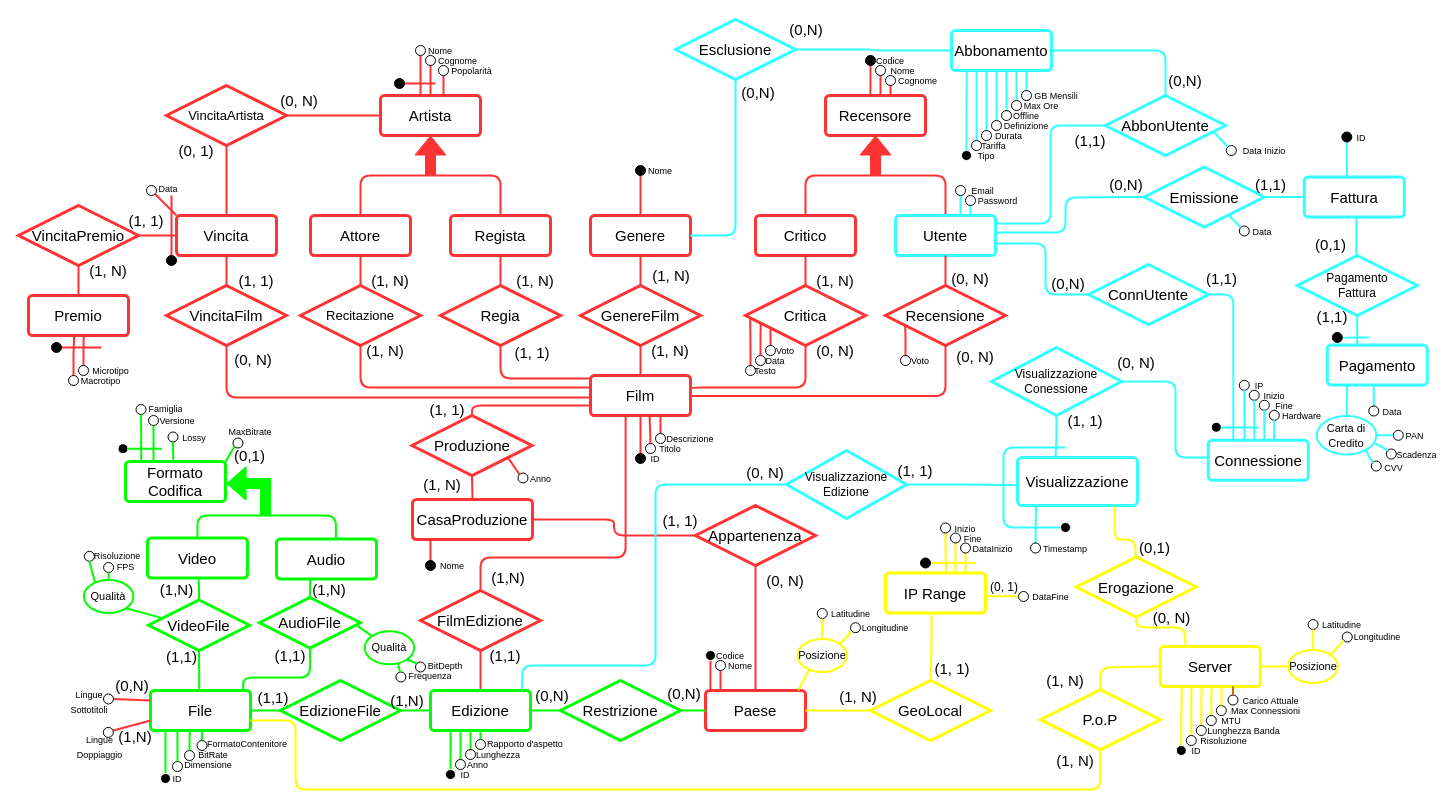
Above: page "ER - da ristrutturare" (1 of 2) of ER.drawio in Richie314/FilmSphere (draw.io), before the change. Source tidied: cells renumbered, new cells numbered last; positions are measured from the earlier drawing's top-left corner, leaving out a move shared by most shapes. Both pictures are drawn from the tidied source at 100%, with x=0, y=0 at pixel (18, 17).
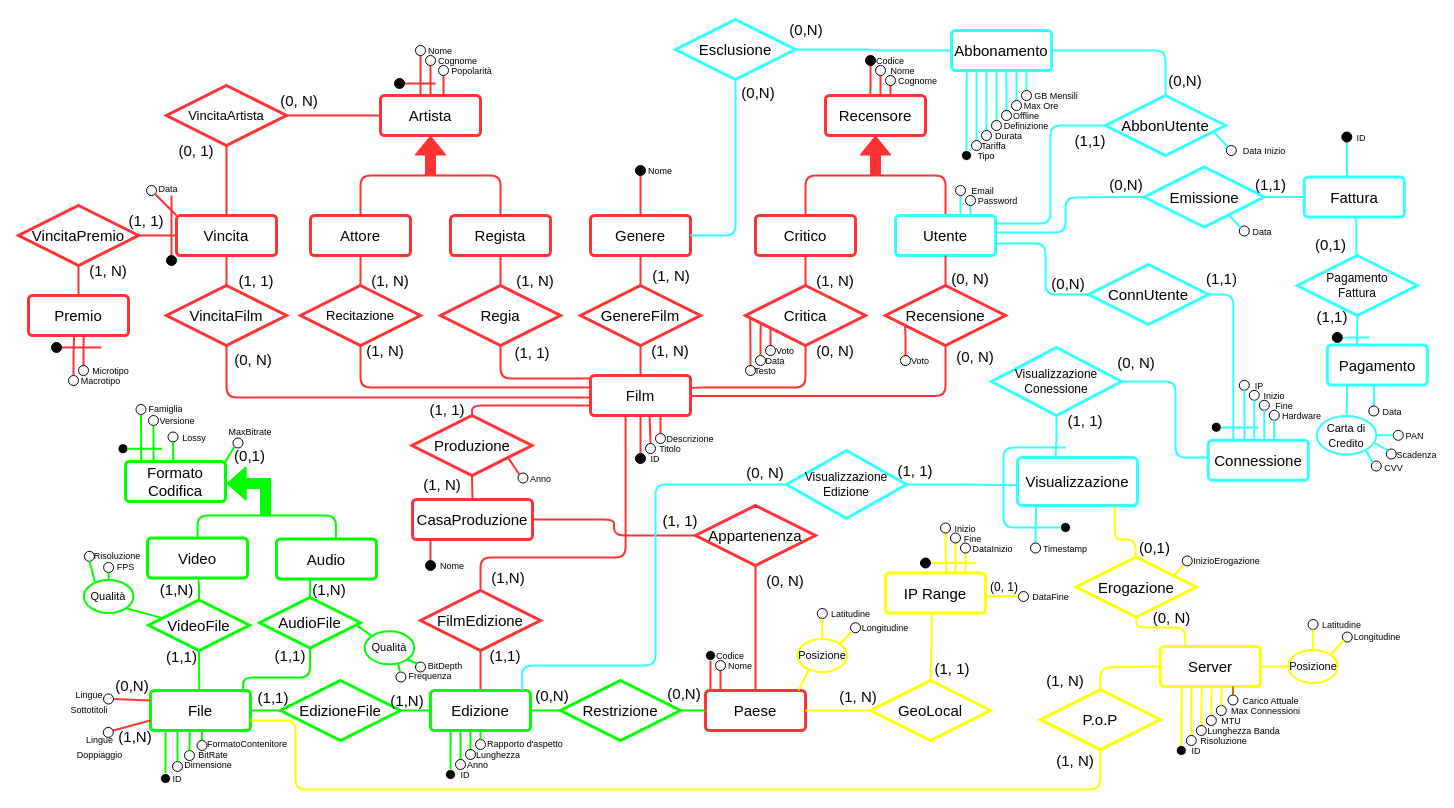
After the change.

The edit, as a diff of the source:
```diff
@@
+    <mxCell id="412" style="endArrow=none;html=1;rounded=0;strokeColor=#FFFF00;strokeWidth=2;entryX=0;entryY=1;entryDx=0;entryDy=0;exitX=0.798;exitY=0.315;exitDx=0;exitDy=0;exitPerimeter=0;" parent="1" edge="1" target="413">
+      <mxGeometry relative="1" as="geometry">
+        <mxPoint x="1156" y="557.6" as="sourcePoint" />
+      </mxGeometry>
+    </mxCell>
+    <mxCell id="413" style="ellipse;whiteSpace=wrap;html=1;fillColor=#FFFFFF;strokeColor=#000000;" parent="1" vertex="1">
+      <mxGeometry x="1163.8" y="538.4" width="10" height="10" as="geometry" />
+    </mxCell>
+    <mxCell id="414" value="&lt;font style=&quot;font-size: 9px;&quot;&gt;InizioErogazione&lt;br&gt;&lt;/font&gt;" style="text;html=1;strokeColor=none;fillColor=none;align=center;verticalAlign=middle;whiteSpace=wrap;rounded=0;" parent="1" vertex="1">
+      <mxGeometry x="1172.3" y="538.4" width="72.7" height="10" as="geometry" />
+    </mxCell>
```
